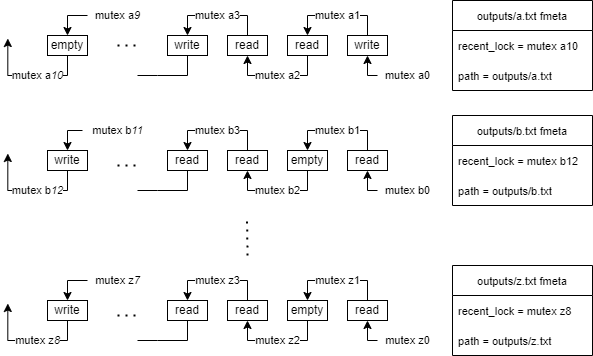
Above: docs/pics/sync_overview.png in derwells/multithreaded-fileserver (draw.io), before the change. Source tidied: cells renumbered, new cells last; positions are measured from the earlier drawing's top-left corner, leaving out a move shared by most shapes.
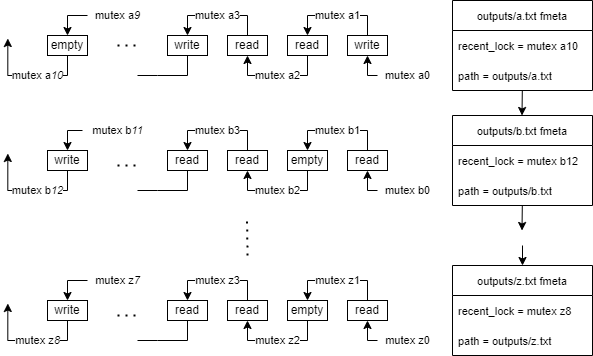
Later version of the same file.

Diff of the diagram source:
```diff
@@ -188,6 +188,12 @@
     <mxCell id="37" value="path = outputs/b.txt" style="text;strokeColor=none;fillColor=none;align=left;verticalAlign=middle;spacingLeft=4;spacingRight=4;overflow=hidden;fontSize=11;" parent="35" vertex="1">
       <mxGeometry y="60" width="140" height="30" as="geometry" />
     </mxCell>
+    <mxCell id="60" style="endArrow=classic;html=1;rounded=0;entryX=0.5;entryY=0;entryDx=0;entryDy=0;" parent="35" edge="1">
+      <mxGeometry relative="1" as="geometry">
+        <mxPoint x="69.8" y="90" as="sourcePoint" />
+        <mxPoint x="69.5" y="115" as="targetPoint" />
+      </mxGeometry>
+    </mxCell>
     <mxCell id="38" style="endArrow=none;dashed=1;html=1;dashPattern=1 3;strokeWidth=2;rounded=0;fontSize=11;" parent="1" edge="1">
       <mxGeometry relative="1" as="geometry">
         <mxPoint x="240" y="255" as="sourcePoint" />
@@ -305,5 +311,15 @@
         <mxPoint x="130" y="315" as="targetPoint" />
       </mxGeometry>
     </mxCell>
+    <mxCell id="61" style="endArrow=classic;html=1;rounded=0;entryX=0.5;entryY=0;entryDx=0;entryDy=0;" parent="1" edge="1" target="56">
+      <mxGeometry relative="1" as="geometry">
+        <mxPoint x="515" y="245" as="sourcePoint" />
+      </mxGeometry>
+    </mxCell>
+    <mxCell id="62" style="endArrow=classic;html=1;rounded=0;entryX=0.5;entryY=0;entryDx=0;entryDy=0;" parent="1" edge="1" source="19">
+      <mxGeometry relative="1" as="geometry">
+        <mxPoint x="514.5" y="115" as="targetPoint" />
+      </mxGeometry>
+    </mxCell>
   </root>
 </mxGraphModel>
```
